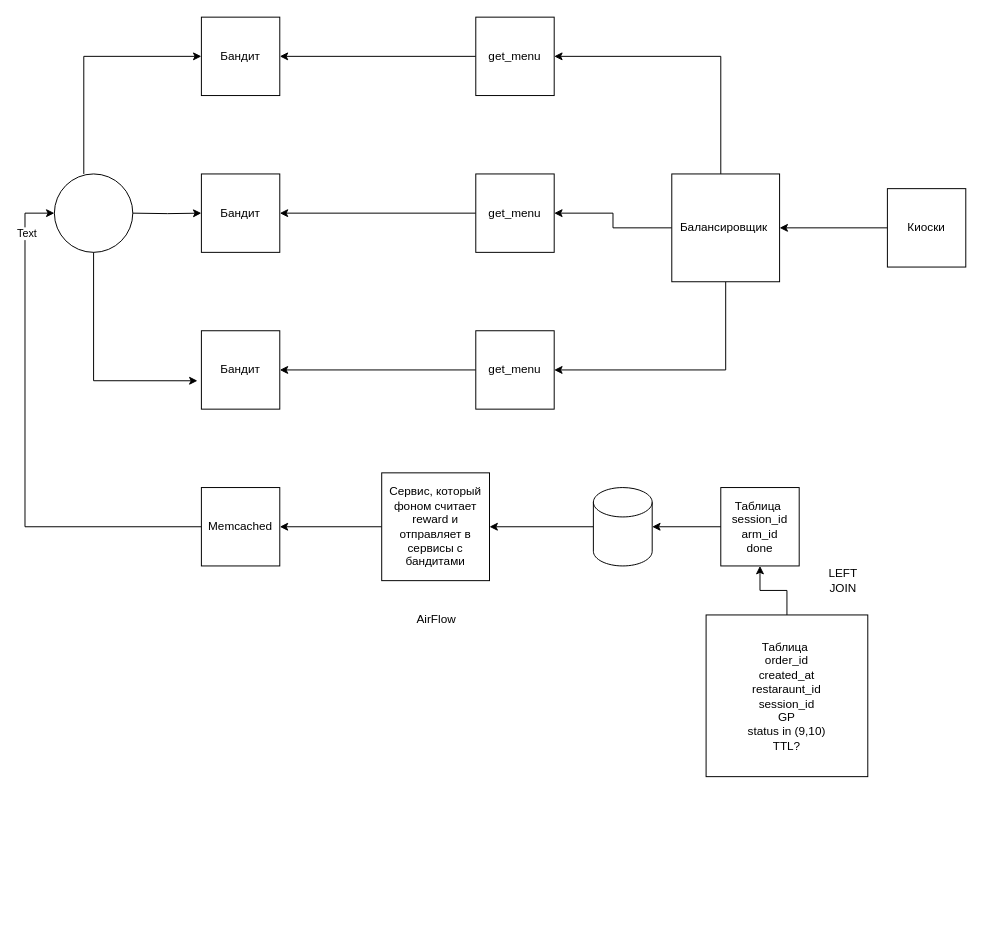
ArlanovCsb/responsive_menu keeps this draw.io diagram as тест в феврале.drawio. Above is the earlier version. Source tidied: cells renumbered, new cells numbered last; positions are measured from the earlier drawing's top-left corner, leaving out a move shared by most shapes. Both pictures are drawn from the tidied source at 98%, with x=0, y=0 at pixel (24, 17).
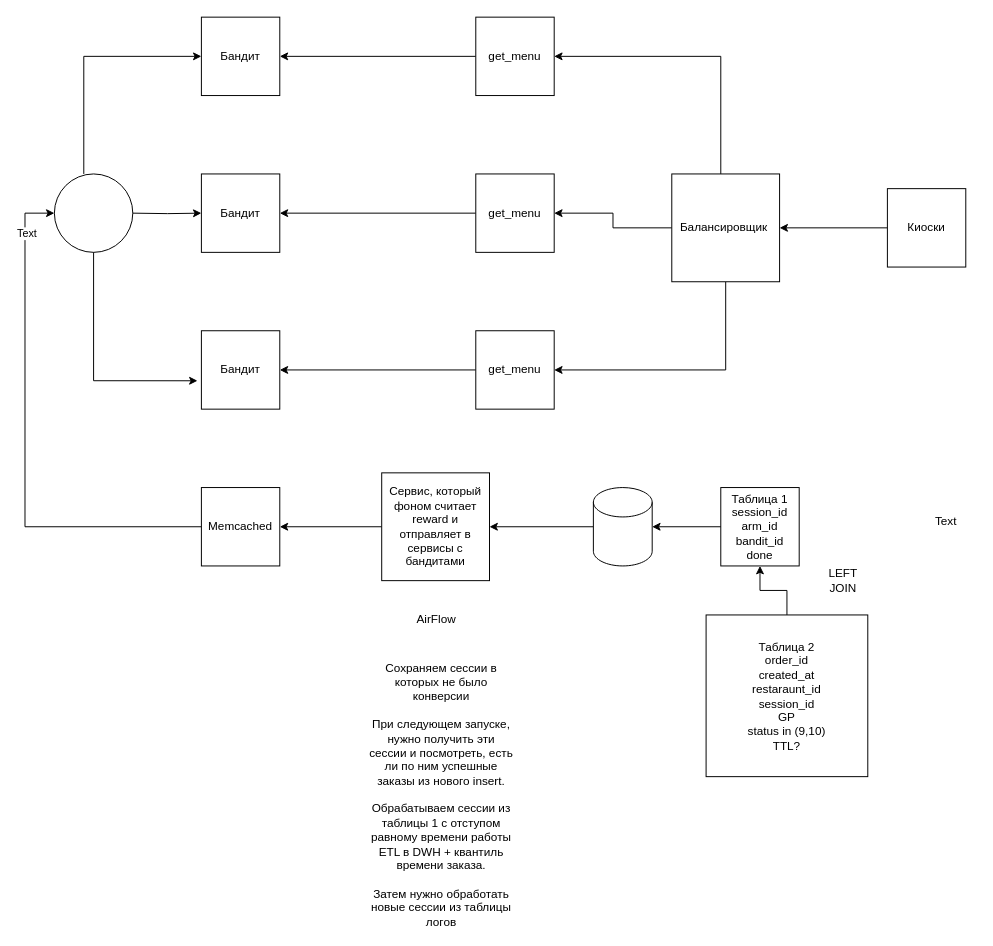
The same diagram, later.

Diff of the diagram source:
```diff
@@
-    <mxCell id="22" value="Таблица&amp;nbsp;&lt;br&gt;session_id&lt;br&gt;arm_id&lt;br&gt;done" style="whiteSpace=wrap;html=1;" parent="1" vertex="1">
+    <mxCell id="22" value="Таблица 1&lt;br&gt;session_id&lt;br&gt;arm_id&lt;br&gt;bandit_id&lt;br&gt;done" style="whiteSpace=wrap;html=1;" parent="1" vertex="1">
       <mxGeometry x="710" y="480" width="80" height="80" as="geometry" />
     </mxCell>
@@
-    <mxCell id="24" value="Таблица&amp;nbsp;&lt;br&gt;order_id&lt;br&gt;created_at&lt;br&gt;restaraunt_id&lt;br&gt;session_id&lt;br&gt;GP&lt;br&gt;status in (9,10)&lt;br&gt;TTL?" style="whiteSpace=wrap;html=1;" parent="1" vertex="1">
+    <mxCell id="24" value="Таблица 2&lt;br&gt;order_id&lt;br&gt;created_at&lt;br&gt;restaraunt_id&lt;br&gt;session_id&lt;br&gt;GP&lt;br&gt;status in (9,10)&lt;br&gt;TTL?" style="whiteSpace=wrap;html=1;" parent="1" vertex="1">
       <mxGeometry x="695" y="610" width="165" height="165" as="geometry" />
     </mxCell>
@@
+    <mxCell id="34" value="Text" style="text;html=1;align=center;verticalAlign=middle;whiteSpace=wrap;rounded=0;" parent="1" vertex="1">
+      <mxGeometry x="910" y="500" width="60" height="30" as="geometry" />
+    </mxCell>
+    <mxCell id="35" value="&lt;br&gt;&lt;br&gt;&lt;br&gt;&lt;br&gt;Сохраняем сессии в которых не было конверсии&lt;br&gt;&lt;br&gt;При следующем запуске, нужно получить эти сессии и посмотреть, есть ли по ним успешные заказы из нового insert.&lt;br&gt;&lt;br&gt;Обрабатываем сессии из таблицы 1 с отступом равному времени работы ETL в DWH + квантиль времени заказа.&lt;br&gt;&lt;br&gt;Затем нужно обработать новые сессии из таблицы логов" style="text;html=1;align=center;verticalAlign=middle;whiteSpace=wrap;rounded=0;" parent="1" vertex="1">
+      <mxGeometry x="350" y="750" width="150" height="30" as="geometry" />
+    </mxCell>
```
